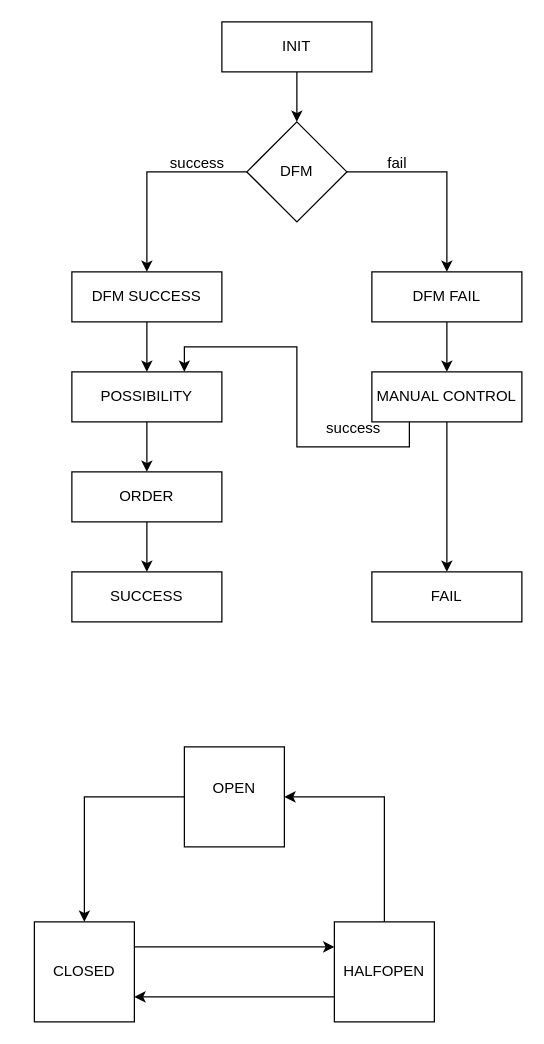
Before: flow2.drawio in maxiko/ARC-016, a draw.io diagram. Source tidied: cells renumbered, new cells numbered last; positions are measured from the earlier drawing's top-left corner, leaving out a move shared by most shapes. Both pictures are drawn from the tidied source at 125%, with x=0, y=0 at pixel (34, 21).
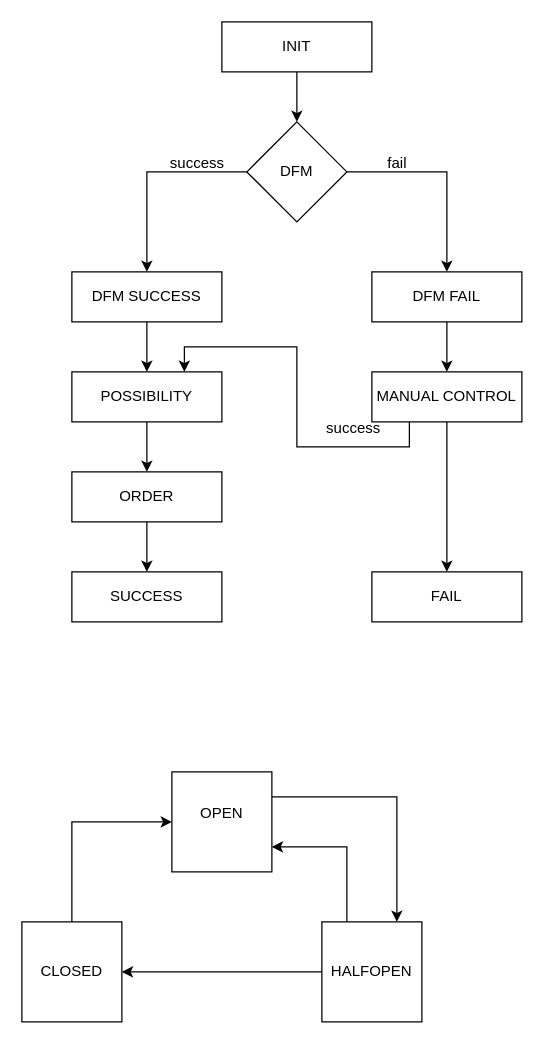
After the change.

Change to the diagram source:
```diff
@@
-    <mxCell id="23" style="edgeStyle=orthogonalEdgeStyle;rounded=0;jettySize=auto;html=1;exitX=0;exitY=0.5;exitDx=0;exitDy=0;entryX=0.5;entryY=0;entryDx=0;entryDy=0;" parent="1" edge="1" source="24" target="26">
+    <mxCell id="23" style="edgeStyle=orthogonalEdgeStyle;rounded=0;jettySize=auto;html=1;entryX=0;entryY=0.5;entryDx=0;entryDy=0;exitX=0.5;exitY=0;exitDx=0;exitDy=0;" parent="1" edge="1" source="26" target="24">
       <mxGeometry relative="1" as="geometry" />
     </mxCell>
     <mxCell id="24" value="OPEN&lt;div&gt;&lt;br&gt;&lt;/div&gt;" style="whiteSpace=wrap;html=1;" parent="1" vertex="1">
-      <mxGeometry x="120" y="580" width="80" height="80" as="geometry" />
+      <mxGeometry x="110" y="600" width="80" height="80" as="geometry" />
     </mxCell>
-    <mxCell id="25" style="edgeStyle=orthogonalEdgeStyle;rounded=0;jettySize=auto;html=1;exitX=1;exitY=0.25;exitDx=0;exitDy=0;entryX=0;entryY=0.25;entryDx=0;entryDy=0;" parent="1" edge="1" source="26" target="29">
+    <mxCell id="25" style="edgeStyle=orthogonalEdgeStyle;rounded=0;jettySize=auto;html=1;exitX=0.25;exitY=0;exitDx=0;exitDy=0;entryX=1;entryY=0.75;entryDx=0;entryDy=0;" parent="1" edge="1" source="29" target="24">
       <mxGeometry relative="1" as="geometry" />
     </mxCell>
     <mxCell id="26" value="&lt;div&gt;CLOSED&lt;/div&gt;" style="whiteSpace=wrap;html=1;" parent="1" vertex="1">
-      <mxGeometry y="720" width="80" height="80" as="geometry" />
+      <mxGeometry x="-10" y="720" width="80" height="80" as="geometry" />
     </mxCell>
-    <mxCell id="27" style="edgeStyle=orthogonalEdgeStyle;rounded=0;jettySize=auto;html=1;exitX=0;exitY=0.75;exitDx=0;exitDy=0;entryX=1;entryY=0.75;entryDx=0;entryDy=0;" parent="1" edge="1" source="29" target="26">
-      <mxGeometry relative="1" as="geometry" />
+    <mxCell id="27" style="edgeStyle=orthogonalEdgeStyle;rounded=0;jettySize=auto;html=1;exitX=0;exitY=0.5;exitDx=0;exitDy=0;entryX=1;entryY=0.5;entryDx=0;entryDy=0;" parent="1" edge="1" source="29" target="26">
+      <mxGeometry relative="1" as="geometry">
+        <Array as="points">
+          <mxPoint x="150" y="760" />
+          <mxPoint x="150" y="760" />
+        </Array>
+      </mxGeometry>
     </mxCell>
-    <mxCell id="28" style="edgeStyle=orthogonalEdgeStyle;rounded=0;jettySize=auto;html=1;exitX=0.5;exitY=0;exitDx=0;exitDy=0;entryX=1;entryY=0.5;entryDx=0;entryDy=0;" parent="1" edge="1" source="29" target="24">
+    <mxCell id="28" style="edgeStyle=orthogonalEdgeStyle;rounded=0;jettySize=auto;html=1;exitX=1;exitY=0.25;exitDx=0;exitDy=0;entryX=0.75;entryY=0;entryDx=0;entryDy=0;" parent="1" edge="1" source="24" target="29">
       <mxGeometry relative="1" as="geometry" />
     </mxCell>
     <mxCell id="29" value="&lt;div&gt;HALFOPEN&lt;/div&gt;" style="whiteSpace=wrap;html=1;" parent="1" vertex="1">
-      <mxGeometry x="240" y="720" width="80" height="80" as="geometry" />
+      <mxGeometry x="230" y="720" width="80" height="80" as="geometry" />
     </mxCell>
```
